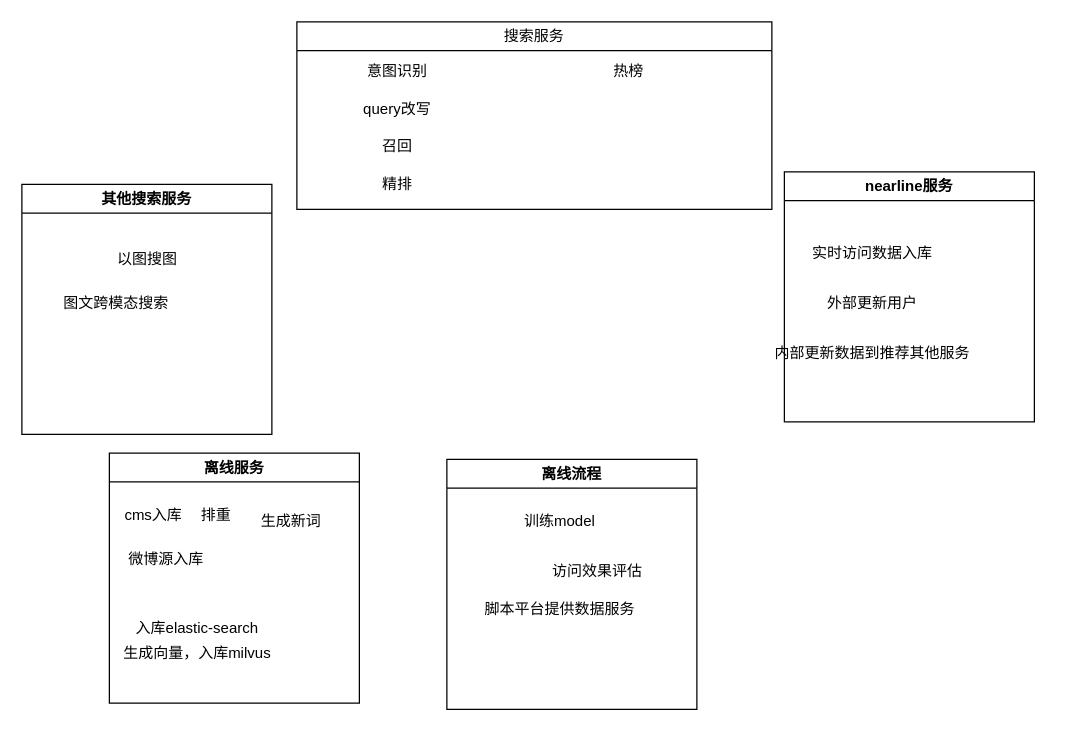
This is draws/search_diagram.drawio from neoxue/simple-tools, a draw.io file, before an edit. Source tidied: cells renumbered, new cells numbered last; positions are measured from the earlier drawing's top-left corner, leaving out a move shared by most shapes. Both pictures are drawn from the tidied source at 125%, with x=0, y=0 at pixel (21, 21).
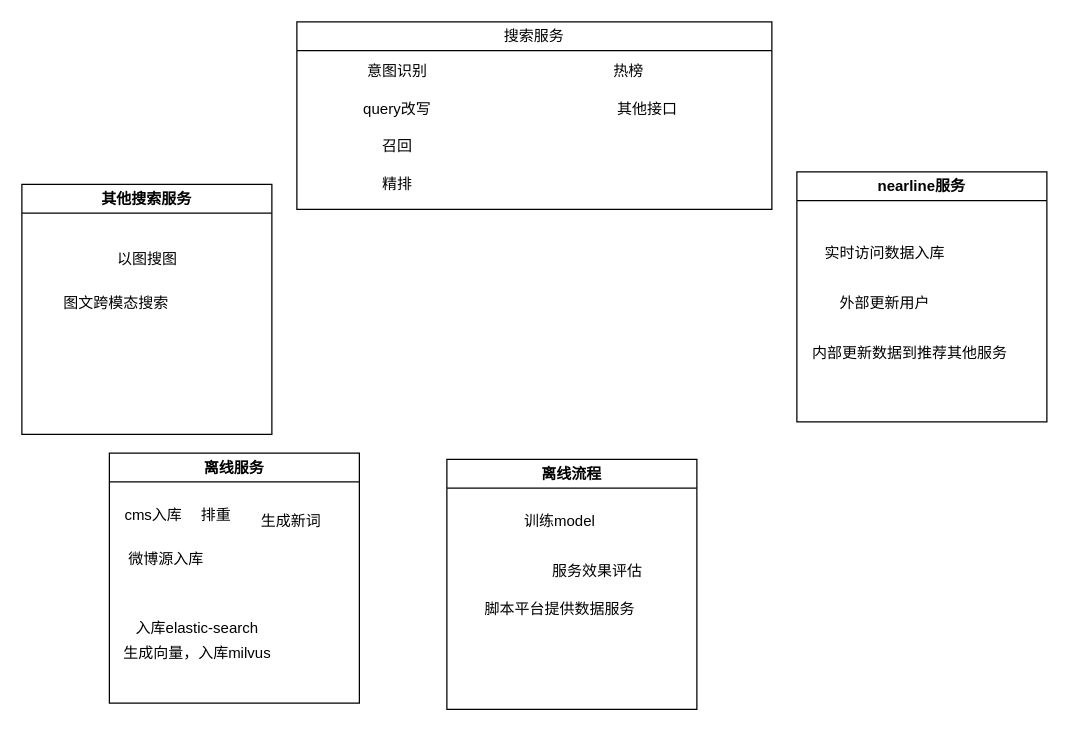
The same page after the edit.

The edit, as a diff of the source:
```diff
@@
     <mxCell id="17" value="nearline服务" style="swimlane;whiteSpace=wrap;html=1;" parent="1" vertex="1">
-      <mxGeometry x="610" y="120" width="200" height="200" as="geometry" />
+      <mxGeometry x="620" y="120" width="200" height="200" as="geometry" />
     </mxCell>
@@
     <mxCell id="20" value="内部更新数据到推荐其他服务" style="text;html=1;align=center;verticalAlign=middle;strokeColor=none;fillColor=none;" parent="17" vertex="1">
-      <mxGeometry x="-20" y="130" width="180" height="30" as="geometry" />
+      <mxGeometry y="130" width="180" height="30" as="geometry" />
     </mxCell>
@@
-    <mxCell id="24" value="访问效果评估" style="text;html=1;align=center;verticalAlign=middle;strokeColor=none;fillColor=none;" parent="1" vertex="1">
+    <mxCell id="24" value="服务效果评估" style="text;html=1;align=center;verticalAlign=middle;strokeColor=none;fillColor=none;" parent="1" vertex="1">
       <mxGeometry x="410" y="425" width="100" height="30" as="geometry" />
     </mxCell>
@@
+    <mxCell id="26" value="其他接口" style="text;html=1;align=center;verticalAlign=middle;strokeColor=none;fillColor=none;" parent="1" vertex="1">
+      <mxGeometry x="465" y="55" width="70" height="30" as="geometry" />
+    </mxCell>
```
